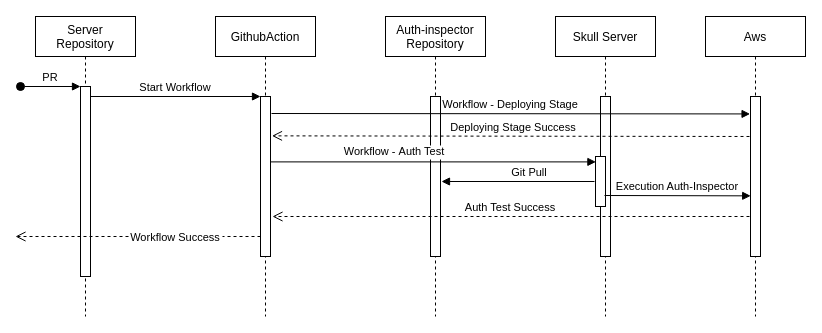
Earlier version of the draw.io diagram Untitled Diagram.drawio (code-xhyun/draw.io). Source tidied: cells renumbered, new cells numbered last; positions are measured from the earlier drawing's top-left corner, leaving out a move shared by most shapes. Both pictures are drawn from the tidied source at 100%, with x=0, y=0 at pixel (15, 16).
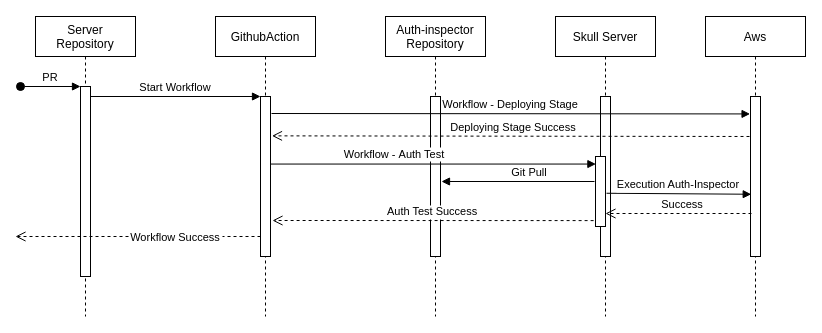
After the change.

The change refers to these unchanged cells:
```xml
<mxCell id="14" style="points=[];perimeter=orthogonalPerimeter;rounded=0;shadow=0;strokeWidth=1;" parent="13" vertex="1">
  <mxGeometry x="45" y="80" width="10" height="160" as="geometry" />
</mxCell>
```

The edit, as a diff of the source:
```diff
@@
     <mxCell id="17" style="points=[];perimeter=orthogonalPerimeter;rounded=0;shadow=0;strokeWidth=1;" parent="1" vertex="1">
-      <mxGeometry x="580" y="140" width="10" height="50" as="geometry" />
+      <mxGeometry x="580" y="140" width="10" height="70" as="geometry" />
     </mxCell>
@@
-    <mxCell id="19" value="Execution Auth-Inspector" style="verticalAlign=bottom;endArrow=block;shadow=0;strokeWidth=1;entryX=0.02;entryY=0.621;entryDx=0;entryDy=0;entryPerimeter=0;" parent="1" edge="1" target="14">
-      <mxGeometry relative="1" as="geometry">
-        <mxPoint x="589" y="179" as="sourcePoint" />
-      </mxGeometry>
+    <mxCell id="19" value="Execution Auth-Inspector" style="verticalAlign=bottom;endArrow=block;shadow=0;strokeWidth=1;entryX=0.072;entryY=0.611;entryDx=0;entryDy=0;entryPerimeter=0;exitX=1.1;exitY=0.525;exitDx=0;exitDy=0;exitPerimeter=0;" parent="1" edge="1" source="17" target="14">
+      <mxGeometry relative="1" as="geometry" />
     </mxCell>
-    <mxCell id="20" value="Auth Test Success" style="verticalAlign=bottom;endArrow=open;dashed=1;endSize=8;shadow=0;strokeWidth=1;" parent="1" edge="1">
+    <mxCell id="20" value="Auth Test Success" style="verticalAlign=bottom;endArrow=open;dashed=1;endSize=8;shadow=0;strokeWidth=1;exitX=-0.19;exitY=0.858;exitDx=0;exitDy=0;exitPerimeter=0;" parent="1" edge="1">
       <mxGeometry relative="1" as="geometry">
-        <mxPoint x="734" y="200" as="sourcePoint" />
-        <mxPoint x="257" y="200" as="targetPoint" />
+        <mxPoint x="578.1" y="204.1" as="sourcePoint" />
+        <mxPoint x="257" y="204" as="targetPoint" />
       </mxGeometry>
     </mxCell>
@@
+    <mxCell id="22" value="Success" style="verticalAlign=bottom;endArrow=open;dashed=1;endSize=8;shadow=0;strokeWidth=1;" parent="1" edge="1">
+      <mxGeometry x="-0.06" relative="1" as="geometry">
+        <mxPoint x="736" y="197" as="sourcePoint" />
+        <mxPoint x="590" y="197" as="targetPoint" />
+      </mxGeometry>
+    </mxCell>
```
